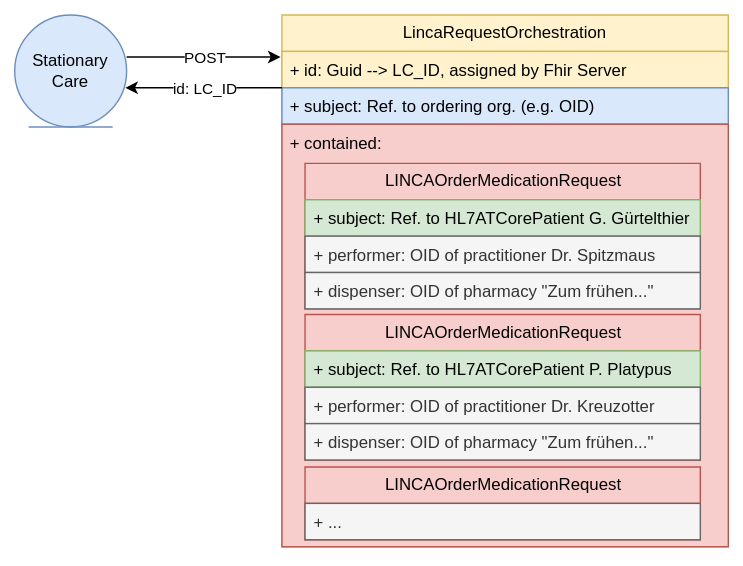
This is r5-LinkedCare-main/UserStory_003_diagram.svg from HL7Austria/hl7austria.github.io, a draw.io export, as it was before one commit. Source tidied: cells renumbered, new cells last; positions are measured from the earlier drawing's top-left corner, leaving out a move shared by most shapes. Source of this version:
```xml
<mxGraphModel>
  <root>
    <mxCell id="0" />
    <mxCell id="1" parent="0" />
    <mxCell id="2" value="LincaRequestOrchestration" style="swimlane;fontStyle=0;horizontal=1;startSize=26;fillColor=#fff2cc;whiteSpace=wrap;html=1;strokeColor=#d6b656;" parent="1" vertex="1">
      <mxGeometry x="191" width="319" height="380" as="geometry" />
    </mxCell>
    <mxCell id="3" value="+ id: Guid --&amp;gt; LC_ID, assigned by Fhir Server" style="text;strokeColor=#d6b656;fillColor=#fff2cc;align=left;verticalAlign=top;spacingLeft=4;spacingRight=4;overflow=hidden;whiteSpace=wrap;html=1;" parent="2" vertex="1">
      <mxGeometry y="26" width="319" height="26" as="geometry" />
    </mxCell>
    <mxCell id="4" value="+ subject: Ref. to ordering org. (e.g. OID)" style="text;strokeColor=#6c8ebf;fillColor=#dae8fc;align=left;verticalAlign=top;spacingLeft=4;spacingRight=4;overflow=hidden;whiteSpace=wrap;html=1;" parent="2" vertex="1">
      <mxGeometry y="52" width="319" height="26" as="geometry" />
    </mxCell>
    <mxCell id="5" value="+ contained:&amp;nbsp;&lt;br&gt;&lt;blockquote style=&quot;margin: 0 0 0 40px; border: none; padding: 0px;&quot;&gt;&lt;/blockquote&gt;&lt;br&gt;&lt;blockquote style=&quot;margin: 0 0 0 40px; border: none; padding: 0px;&quot;&gt;&lt;/blockquote&gt;" style="text;strokeColor=#b85450;fillColor=#f8cecc;align=left;verticalAlign=top;spacingLeft=4;spacingRight=4;overflow=hidden;whiteSpace=wrap;html=1;" parent="2" vertex="1">
      <mxGeometry y="78" width="319" height="302" as="geometry" />
    </mxCell>
    <mxCell id="6" value="LINCAOrderMedicationRequest" style="swimlane;fontStyle=0;horizontal=1;startSize=26;fillColor=#f8cecc;whiteSpace=wrap;html=1;strokeColor=#b85450;" parent="1" vertex="1">
      <mxGeometry x="207.5" y="106" width="282.5" height="104" as="geometry" />
    </mxCell>
    <mxCell id="7" value="+ subject: Ref. to HL7ATCorePatient G. Gürtelthier" style="text;strokeColor=#82b366;fillColor=#d5e8d4;align=left;verticalAlign=top;spacingLeft=4;spacingRight=4;overflow=hidden;whiteSpace=wrap;html=1;" parent="6" vertex="1">
      <mxGeometry y="26" width="282.5" height="26" as="geometry" />
    </mxCell>
    <mxCell id="8" value="+ performer: OID of practitioner Dr. Spitzmaus" style="text;align=left;verticalAlign=top;spacingLeft=4;spacingRight=4;overflow=hidden;whiteSpace=wrap;html=1;fillColor=#f5f5f5;fontColor=#333333;strokeColor=#666666;" parent="6" vertex="1">
      <mxGeometry y="52" width="282.5" height="26" as="geometry" />
    </mxCell>
    <mxCell id="9" value="+ dispenser: OID of pharmacy &quot;Zum frühen...&quot;" style="text;strokeColor=#666666;fillColor=#f5f5f5;align=left;verticalAlign=top;spacingLeft=4;spacingRight=4;overflow=hidden;whiteSpace=wrap;html=1;fontColor=#333333;" parent="6" vertex="1">
      <mxGeometry y="78" width="282.5" height="26" as="geometry" />
    </mxCell>
    <mxCell id="10" value="Stationary Care" style="ellipse;shape=umlEntity;whiteSpace=wrap;html=1;fillColor=#dae8fc;strokeColor=#6c8ebf;" parent="1" vertex="1">
      <mxGeometry width="80" height="80" as="geometry" />
    </mxCell>
    <mxCell id="11" style="endArrow=classic;html=1;rounded=0;" parent="1" edge="1">
      <mxGeometry relative="1" as="geometry">
        <mxPoint x="80" y="30" as="sourcePoint" />
        <mxPoint x="190" y="30" as="targetPoint" />
      </mxGeometry>
    </mxCell>
    <mxCell id="12" value="POST" style="edgeLabel;html=1;align=center;verticalAlign=middle;" parent="11" vertex="1">
      <mxGeometry relative="1" as="geometry" />
    </mxCell>
    <mxCell id="13" style="endArrow=classic;html=1;rounded=0;entryX=0.988;entryY=0.65;entryDx=0;entryDy=0;entryPerimeter=0;" parent="1" edge="1" target="10">
      <mxGeometry relative="1" as="geometry">
        <mxPoint x="191" y="52" as="sourcePoint" />
      </mxGeometry>
    </mxCell>
    <mxCell id="14" value="id: LC_ID" style="edgeLabel;html=1;align=center;verticalAlign=middle;" parent="13" vertex="1">
      <mxGeometry relative="1" as="geometry" />
    </mxCell>
    <mxCell id="15" value="LINCAOrderMedicationRequest" style="swimlane;fontStyle=0;horizontal=1;startSize=26;fillColor=#f8cecc;whiteSpace=wrap;html=1;strokeColor=#b85450;" parent="1" vertex="1">
      <mxGeometry x="207.5" y="214" width="282.5" height="104" as="geometry" />
    </mxCell>
    <mxCell id="16" value="+ subject: Ref. to HL7ATCorePatient P. Platypus" style="text;strokeColor=#82b366;fillColor=#d5e8d4;align=left;verticalAlign=top;spacingLeft=4;spacingRight=4;overflow=hidden;whiteSpace=wrap;html=1;" parent="15" vertex="1">
      <mxGeometry y="26" width="282.5" height="26" as="geometry" />
    </mxCell>
    <mxCell id="17" value="+ performer: OID of practitioner Dr. Kreuzotter" style="text;strokeColor=#666666;fillColor=#f5f5f5;align=left;verticalAlign=top;spacingLeft=4;spacingRight=4;overflow=hidden;whiteSpace=wrap;html=1;fontColor=#333333;" parent="15" vertex="1">
      <mxGeometry y="52" width="282.5" height="26" as="geometry" />
    </mxCell>
    <mxCell id="18" value="+ dispenser: OID of pharmacy &quot;Zum frühen...&quot;" style="text;strokeColor=#666666;fillColor=#f5f5f5;align=left;verticalAlign=top;spacingLeft=4;spacingRight=4;overflow=hidden;whiteSpace=wrap;html=1;fontColor=#333333;" parent="15" vertex="1">
      <mxGeometry y="78" width="282.5" height="26" as="geometry" />
    </mxCell>
    <mxCell id="19" value="LINCAOrderMedicationRequest" style="swimlane;fontStyle=0;horizontal=1;startSize=26;fillColor=#f8cecc;whiteSpace=wrap;html=1;strokeColor=#b85450;" parent="1" vertex="1">
      <mxGeometry x="207.5" y="323" width="282.5" height="52" as="geometry" />
    </mxCell>
    <mxCell id="20" value="+ ..." style="text;strokeColor=#666666;fillColor=#f5f5f5;align=left;verticalAlign=top;spacingLeft=4;spacingRight=4;overflow=hidden;whiteSpace=wrap;html=1;fontColor=#333333;" parent="19" vertex="1">
      <mxGeometry y="26" width="282.5" height="26" as="geometry" />
    </mxCell>
  </root>
</mxGraphModel>
```
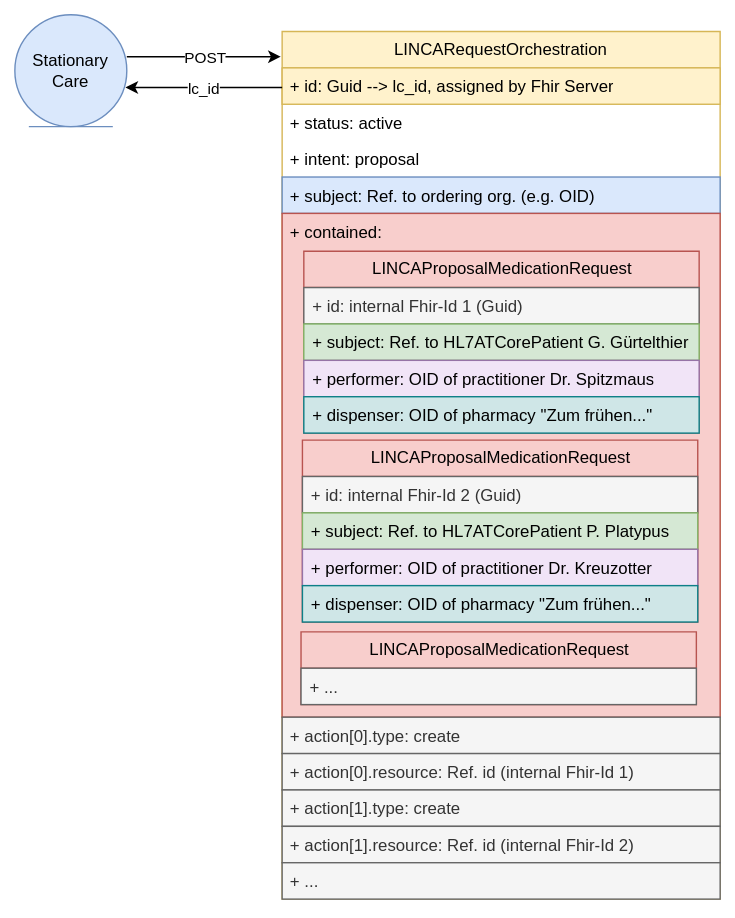
The same file after the commit.

What changed in the source:
```diff
@@ -2,29 +2,53 @@
   <root>
     <mxCell id="0" />
     <mxCell id="1" parent="0" />
-    <mxCell id="2" value="LincaRequestOrchestration" style="swimlane;fontStyle=0;horizontal=1;startSize=26;fillColor=#fff2cc;whiteSpace=wrap;html=1;strokeColor=#d6b656;" parent="1" vertex="1">
-      <mxGeometry x="191" width="319" height="380" as="geometry" />
+    <mxCell id="2" value="LINCARequestOrchestration" style="swimlane;fontStyle=0;horizontal=1;startSize=26;fillColor=#fff2cc;whiteSpace=wrap;html=1;strokeColor=#d6b656;" parent="1" vertex="1">
+      <mxGeometry x="191" y="12" width="313" height="620" as="geometry" />
     </mxCell>
-    <mxCell id="3" value="+ id: Guid --&amp;gt; LC_ID, assigned by Fhir Server" style="text;strokeColor=#d6b656;fillColor=#fff2cc;align=left;verticalAlign=top;spacingLeft=4;spacingRight=4;overflow=hidden;whiteSpace=wrap;html=1;" parent="2" vertex="1">
-      <mxGeometry y="26" width="319" height="26" as="geometry" />
+    <mxCell id="3" value="+ id: Guid --&amp;gt; lc_id, assigned by Fhir Server" style="text;strokeColor=#d6b656;fillColor=#fff2cc;align=left;verticalAlign=top;spacingLeft=4;spacingRight=4;overflow=hidden;whiteSpace=wrap;html=1;" parent="2" vertex="1">
+      <mxGeometry y="26" width="313" height="26" as="geometry" />
     </mxCell>
+    <mxCell id="21" value="+ status: active" style="text;align=left;verticalAlign=top;spacingLeft=4;spacingRight=4;overflow=hidden;whiteSpace=wrap;html=1;" parent="2" vertex="1">
+      <mxGeometry y="52" width="313" height="26" as="geometry" />
+    </mxCell>
+    <mxCell id="22" value="+ intent: proposal" style="text;align=left;verticalAlign=top;spacingLeft=4;spacingRight=4;overflow=hidden;whiteSpace=wrap;html=1;" parent="2" vertex="1">
+      <mxGeometry y="78" width="313" height="26" as="geometry" />
+    </mxCell>
     <mxCell id="4" value="+ subject: Ref. to ordering org. (e.g. OID)" style="text;strokeColor=#6c8ebf;fillColor=#dae8fc;align=left;verticalAlign=top;spacingLeft=4;spacingRight=4;overflow=hidden;whiteSpace=wrap;html=1;" parent="2" vertex="1">
-      <mxGeometry y="52" width="319" height="26" as="geometry" />
+      <mxGeometry y="104" width="313" height="26" as="geometry" />
     </mxCell>
     <mxCell id="5" value="+ contained:&amp;nbsp;&lt;br&gt;&lt;blockquote style=&quot;margin: 0 0 0 40px; border: none; padding: 0px;&quot;&gt;&lt;/blockquote&gt;&lt;br&gt;&lt;blockquote style=&quot;margin: 0 0 0 40px; border: none; padding: 0px;&quot;&gt;&lt;/blockquote&gt;" style="text;strokeColor=#b85450;fillColor=#f8cecc;align=left;verticalAlign=top;spacingLeft=4;spacingRight=4;overflow=hidden;whiteSpace=wrap;html=1;" parent="2" vertex="1">
-      <mxGeometry y="78" width="319" height="302" as="geometry" />
+      <mxGeometry y="130" width="313" height="360" as="geometry" />
     </mxCell>
+    <mxCell id="23" value="+ action[0].type: create" style="text;align=left;verticalAlign=top;spacingLeft=4;spacingRight=4;overflow=hidden;whiteSpace=wrap;html=1;fillColor=#f5f5f5;fontColor=#333333;strokeColor=#666666;" parent="2" vertex="1">
+      <mxGeometry y="490" width="313" height="26" as="geometry" />
+    </mxCell>
+    <mxCell id="24" value="+ action[0].resource: Ref. id (internal Fhir-Id 1)" style="text;align=left;verticalAlign=top;spacingLeft=4;spacingRight=4;overflow=hidden;whiteSpace=wrap;html=1;fillColor=#f5f5f5;fontColor=#333333;strokeColor=#666666;" parent="2" vertex="1">
+      <mxGeometry y="516" width="313" height="26" as="geometry" />
+    </mxCell>
+    <mxCell id="25" value="+ action[1].type: create" style="text;align=left;verticalAlign=top;spacingLeft=4;spacingRight=4;overflow=hidden;whiteSpace=wrap;html=1;fillColor=#f5f5f5;fontColor=#333333;strokeColor=#666666;" parent="2" vertex="1">
+      <mxGeometry y="542" width="313" height="26" as="geometry" />
+    </mxCell>
+    <mxCell id="26" value="+ action[1].resource: Ref. id (internal Fhir-Id 2)" style="text;align=left;verticalAlign=top;spacingLeft=4;spacingRight=4;overflow=hidden;whiteSpace=wrap;html=1;fillColor=#f5f5f5;fontColor=#333333;strokeColor=#666666;" parent="2" vertex="1">
+      <mxGeometry y="568" width="313" height="26" as="geometry" />
+    </mxCell>
+    <mxCell id="27" value="+ ..." style="text;align=left;verticalAlign=top;spacingLeft=4;spacingRight=4;overflow=hidden;whiteSpace=wrap;html=1;fillColor=#f5f5f5;fontColor=#333333;strokeColor=#666666;" parent="2" vertex="1">
+      <mxGeometry y="594" width="313" height="26" as="geometry" />
+    </mxCell>
-    <mxCell id="6" value="LINCAOrderMedicationRequest" style="swimlane;fontStyle=0;horizontal=1;startSize=26;fillColor=#f8cecc;whiteSpace=wrap;html=1;strokeColor=#b85450;" parent="1" vertex="1">
-      <mxGeometry x="207.5" y="106" width="282.5" height="104" as="geometry" />
+    <mxCell id="6" value="LINCAProposalMedicationRequest" style="swimlane;fontStyle=0;horizontal=1;startSize=26;fillColor=#f8cecc;whiteSpace=wrap;html=1;strokeColor=#b85450;" parent="1" vertex="1">
+      <mxGeometry x="206.5" y="169" width="282.5" height="130" as="geometry" />
     </mxCell>
-    <mxCell id="7" value="+ subject: Ref. to HL7ATCorePatient G. Gürtelthier" style="text;strokeColor=#82b366;fillColor=#d5e8d4;align=left;verticalAlign=top;spacingLeft=4;spacingRight=4;overflow=hidden;whiteSpace=wrap;html=1;" parent="6" vertex="1">
+    <mxCell id="7" value="+ id: internal Fhir-Id 1 (Guid)" style="text;strokeColor=#666666;fillColor=#f5f5f5;align=left;verticalAlign=top;spacingLeft=4;spacingRight=4;overflow=hidden;whiteSpace=wrap;html=1;fontColor=#333333;" parent="6" vertex="1">
       <mxGeometry y="26" width="282.5" height="26" as="geometry" />
     </mxCell>
+    <mxCell id="28" value="+ subject: Ref. to HL7ATCorePatient G. Gürtelthier" style="text;strokeColor=#82b366;fillColor=#d5e8d4;align=left;verticalAlign=top;spacingLeft=4;spacingRight=4;overflow=hidden;whiteSpace=wrap;html=1;" parent="6" vertex="1">
+      <mxGeometry y="52" width="282.5" height="26" as="geometry" />
+    </mxCell>
-    <mxCell id="8" value="+ performer: OID of practitioner Dr. Spitzmaus" style="text;align=left;verticalAlign=top;spacingLeft=4;spacingRight=4;overflow=hidden;whiteSpace=wrap;html=1;fillColor=#f5f5f5;fontColor=#333333;strokeColor=#666666;" parent="6" vertex="1">
-      <mxGeometry y="52" width="282.5" height="26" as="geometry" />
+    <mxCell id="8" value="+ performer: OID of practitioner Dr. Spitzmaus" style="text;align=left;verticalAlign=top;spacingLeft=4;spacingRight=4;overflow=hidden;whiteSpace=wrap;html=1;fillColor=#F1E4F7;strokeColor=#9673a6;" parent="6" vertex="1">
+      <mxGeometry y="78" width="282.5" height="26" as="geometry" />
     </mxCell>
-    <mxCell id="9" value="+ dispenser: OID of pharmacy &quot;Zum frühen...&quot;" style="text;strokeColor=#666666;fillColor=#f5f5f5;align=left;verticalAlign=top;spacingLeft=4;spacingRight=4;overflow=hidden;whiteSpace=wrap;html=1;fontColor=#333333;" parent="6" vertex="1">
-      <mxGeometry y="78" width="282.5" height="26" as="geometry" />
+    <mxCell id="9" value="+ dispenser: OID of pharmacy &quot;Zum frühen...&quot;" style="text;strokeColor=#0e8088;fillColor=#CFE6E7;align=left;verticalAlign=top;spacingLeft=4;spacingRight=4;overflow=hidden;whiteSpace=wrap;html=1;" parent="6" vertex="1">
+      <mxGeometry y="104" width="282.5" height="26" as="geometry" />
     </mxCell>
     <mxCell id="10" value="Stationary Care" style="ellipse;shape=umlEntity;whiteSpace=wrap;html=1;fillColor=#dae8fc;strokeColor=#6c8ebf;" parent="1" vertex="1">
       <mxGeometry width="80" height="80" as="geometry" />
@@ -43,23 +67,28 @@
         <mxPoint x="191" y="52" as="sourcePoint" />
       </mxGeometry>
     </mxCell>
-    <mxCell id="14" value="id: LC_ID" style="edgeLabel;html=1;align=center;verticalAlign=middle;" parent="13" vertex="1">
-      <mxGeometry relative="1" as="geometry" />
+    <mxCell id="14" value="lc_id" style="edgeLabel;html=1;align=center;verticalAlign=middle;" parent="13" vertex="1">
+      <mxGeometry relative="1" as="geometry">
+        <mxPoint x="-1" as="offset" />
+      </mxGeometry>
     </mxCell>
-    <mxCell id="15" value="LINCAOrderMedicationRequest" style="swimlane;fontStyle=0;horizontal=1;startSize=26;fillColor=#f8cecc;whiteSpace=wrap;html=1;strokeColor=#b85450;" parent="1" vertex="1">
-      <mxGeometry x="207.5" y="214" width="282.5" height="104" as="geometry" />
+    <mxCell id="15" value="LINCAProposalMedicationRequest" style="swimlane;fontStyle=0;horizontal=1;startSize=26;fillColor=#f8cecc;whiteSpace=wrap;html=1;strokeColor=#b85450;" parent="1" vertex="1">
+      <mxGeometry x="205.5" y="304" width="282.5" height="130" as="geometry" />
     </mxCell>
+    <mxCell id="29" value="+ id: internal Fhir-Id 2 (Guid)" style="text;strokeColor=#666666;fillColor=#f5f5f5;align=left;verticalAlign=top;spacingLeft=4;spacingRight=4;overflow=hidden;whiteSpace=wrap;html=1;fontColor=#333333;" parent="15" vertex="1">
+      <mxGeometry y="26" width="282.5" height="26" as="geometry" />
+    </mxCell>
     <mxCell id="16" value="+ subject: Ref. to HL7ATCorePatient P. Platypus" style="text;strokeColor=#82b366;fillColor=#d5e8d4;align=left;verticalAlign=top;spacingLeft=4;spacingRight=4;overflow=hidden;whiteSpace=wrap;html=1;" parent="15" vertex="1">
-      <mxGeometry y="26" width="282.5" height="26" as="geometry" />
+      <mxGeometry y="52" width="282.5" height="26" as="geometry" />
     </mxCell>
-    <mxCell id="17" value="+ performer: OID of practitioner Dr. Kreuzotter" style="text;strokeColor=#666666;fillColor=#f5f5f5;align=left;verticalAlign=top;spacingLeft=4;spacingRight=4;overflow=hidden;whiteSpace=wrap;html=1;fontColor=#333333;" parent="15" vertex="1">
-      <mxGeometry y="52" width="282.5" height="26" as="geometry" />
+    <mxCell id="17" value="+ performer: OID of practitioner Dr. Kreuzotter" style="text;strokeColor=#9673a6;fillColor=#F1E4F7;align=left;verticalAlign=top;spacingLeft=4;spacingRight=4;overflow=hidden;whiteSpace=wrap;html=1;" parent="15" vertex="1">
+      <mxGeometry y="78" width="282.5" height="26" as="geometry" />
     </mxCell>
-    <mxCell id="18" value="+ dispenser: OID of pharmacy &quot;Zum frühen...&quot;" style="text;strokeColor=#666666;fillColor=#f5f5f5;align=left;verticalAlign=top;spacingLeft=4;spacingRight=4;overflow=hidden;whiteSpace=wrap;html=1;fontColor=#333333;" parent="15" vertex="1">
-      <mxGeometry y="78" width="282.5" height="26" as="geometry" />
+    <mxCell id="18" value="+ dispenser: OID of pharmacy &quot;Zum frühen...&quot;" style="text;strokeColor=#0e8088;fillColor=#CFE6E7;align=left;verticalAlign=top;spacingLeft=4;spacingRight=4;overflow=hidden;whiteSpace=wrap;html=1;" parent="15" vertex="1">
+      <mxGeometry y="104" width="282.5" height="26" as="geometry" />
     </mxCell>
-    <mxCell id="19" value="LINCAOrderMedicationRequest" style="swimlane;fontStyle=0;horizontal=1;startSize=26;fillColor=#f8cecc;whiteSpace=wrap;html=1;strokeColor=#b85450;" parent="1" vertex="1">
-      <mxGeometry x="207.5" y="323" width="282.5" height="52" as="geometry" />
+    <mxCell id="19" value="LINCAProposalMedicationRequest" style="swimlane;fontStyle=0;horizontal=1;startSize=26;fillColor=#f8cecc;whiteSpace=wrap;html=1;strokeColor=#b85450;" parent="1" vertex="1">
+      <mxGeometry x="204.5" y="441" width="282.5" height="52" as="geometry" />
     </mxCell>
     <mxCell id="20" value="+ ..." style="text;strokeColor=#666666;fillColor=#f5f5f5;align=left;verticalAlign=top;spacingLeft=4;spacingRight=4;overflow=hidden;whiteSpace=wrap;html=1;fontColor=#333333;" parent="19" vertex="1">
       <mxGeometry y="26" width="282.5" height="26" as="geometry" />
```
